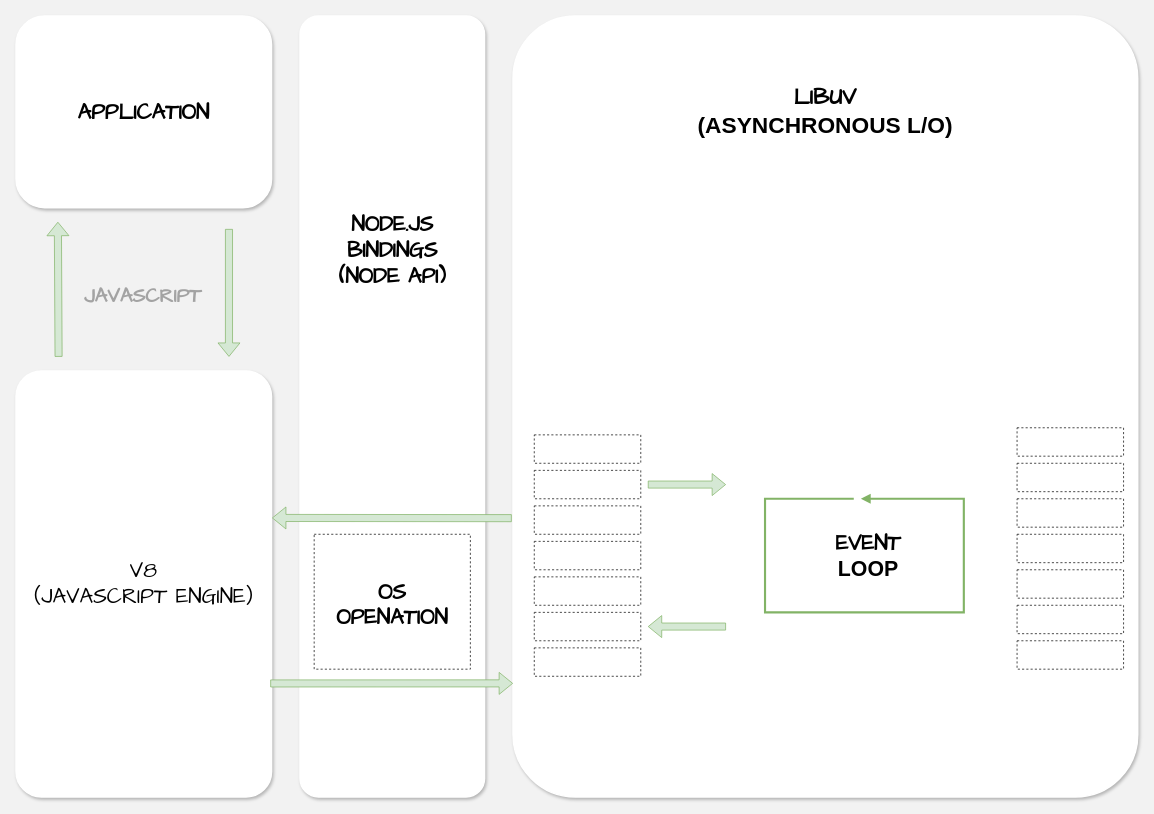
The draw.io diagram Node.js架构.drawio in Yaozongbin0828/UMLetDraw, before the edit. Source tidied: cells renumbered, new cells numbered last; positions are measured from the earlier drawing's top-left corner, leaving out a move shared by most shapes. Both pictures are drawn from the tidied source at 71%, with x=0, y=0 at pixel (16, 16).
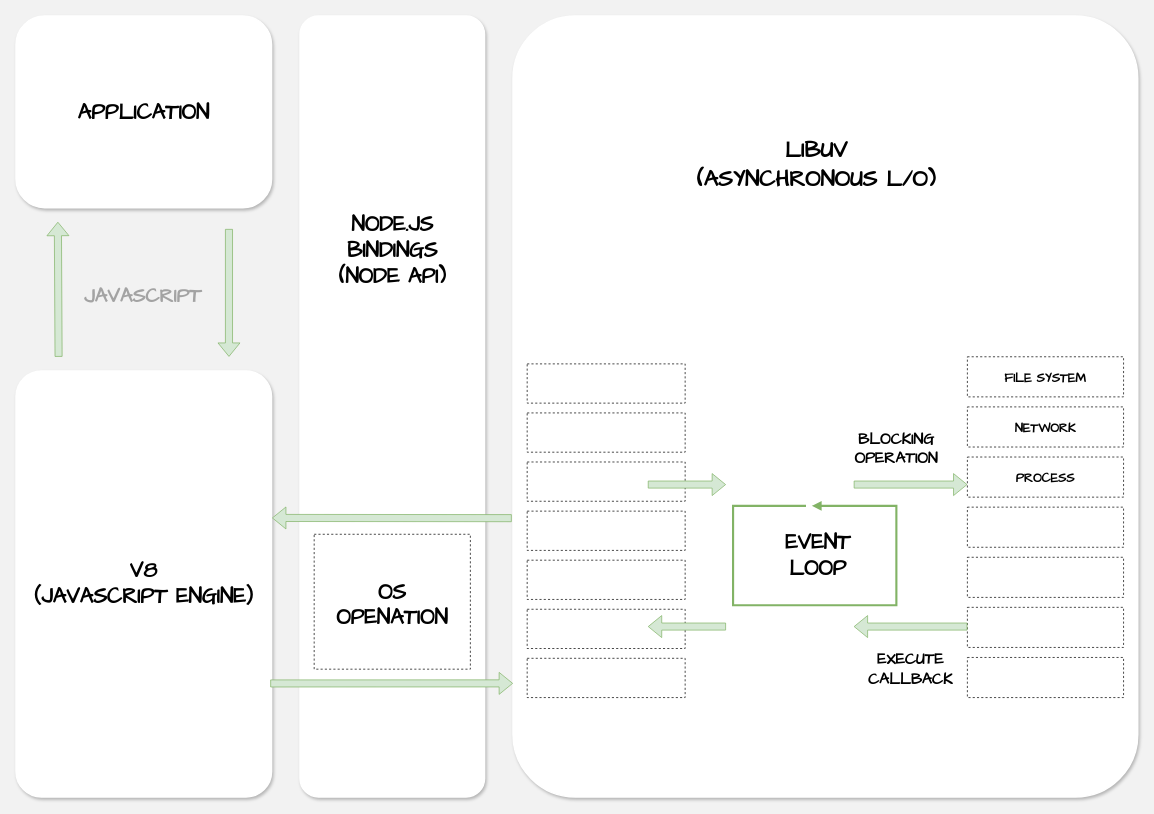
Above is the later version.

Diff of the diagram source:
```diff
@@
-    <mxCell id="4" value="&lt;font face=&quot;Comic Sans MS&quot; style=&quot;font-size: 30px;&quot;&gt;V8&lt;/font&gt;&lt;div style=&quot;font-size: 30px;&quot;&gt;&lt;font face=&quot;Comic Sans MS&quot; style=&quot;font-size: 30px;&quot;&gt;（JAVASCRIPT ENGINE）&lt;/font&gt;&lt;/div&gt;" style="rounded=1;whiteSpace=wrap;html=1;shadow=1;strokeWidth=2;strokeColor=#FFFFFF;arcSize=10;" parent="1" vertex="1">
+    <mxCell id="4" value="&lt;font face=&quot;Comic Sans MS&quot; style=&quot;font-size: 30px;&quot;&gt;&lt;b&gt;V8&lt;/b&gt;&lt;/font&gt;&lt;div style=&quot;font-size: 30px;&quot;&gt;&lt;font face=&quot;Comic Sans MS&quot; style=&quot;font-size: 30px;&quot;&gt;&lt;b&gt;（JAVASCRIPT ENGINE）&lt;/b&gt;&lt;/font&gt;&lt;/div&gt;" style="rounded=1;whiteSpace=wrap;html=1;shadow=1;strokeWidth=2;strokeColor=#FFFFFF;arcSize=10;" parent="1" vertex="1">
       <mxGeometry y="500" width="360" height="600" as="geometry" />
     </mxCell>
@@
     <mxCell id="13" style="group;" parent="1" vertex="1">
-      <mxGeometry x="730" y="590" width="150" height="340" as="geometry" />
+      <mxGeometry x="720" y="490" width="222.5" height="470" as="geometry" />
     </mxCell>
     <mxCell id="14" style="group;" parent="13" vertex="1">
-      <mxGeometry width="150" height="240" as="geometry" />
+      <mxGeometry width="222.5" height="331.8" as="geometry" />
     </mxCell>
     <mxCell id="15" style="fontStyle=1;align=center;verticalAlign=middle;horizontal=1;dashed=1;fontFamily=Comic Sans MS;fontSize=30;" parent="14" vertex="1">
-      <mxGeometry y="200" width="150" height="40" as="geometry" />
+      <mxGeometry y="276.5" width="222.5" height="55.3" as="geometry" />
     </mxCell>
     <mxCell id="16" style="fontStyle=1;align=center;verticalAlign=middle;horizontal=1;dashed=1;fontFamily=Comic Sans MS;fontSize=30;" parent="14" vertex="1">
-      <mxGeometry y="150" width="150" height="40" as="geometry" />
+      <mxGeometry y="207.4" width="222.5" height="55.3" as="geometry" />
     </mxCell>
     <mxCell id="17" style="fontStyle=1;align=center;verticalAlign=middle;horizontal=1;dashed=1;fontFamily=Comic Sans MS;fontSize=30;" parent="14" vertex="1">
-      <mxGeometry y="100" width="150" height="40" as="geometry" />
+      <mxGeometry y="138.2" width="222.5" height="55.3" as="geometry" />
     </mxCell>
     <mxCell id="18" style="fontStyle=1;align=center;verticalAlign=middle;horizontal=1;dashed=1;fontFamily=Comic Sans MS;fontSize=30;" parent="14" vertex="1">
-      <mxGeometry width="150" height="40" as="geometry" />
+      <mxGeometry width="222.5" height="55.3" as="geometry" />
     </mxCell>
     <mxCell id="19" style="fontStyle=1;align=center;verticalAlign=middle;horizontal=1;dashed=1;fontFamily=Comic Sans MS;fontSize=30;" parent="14" vertex="1">
-      <mxGeometry y="50" width="150" height="40" as="geometry" />
+      <mxGeometry y="69.1" width="222.5" height="55.3" as="geometry" />
     </mxCell>
     <mxCell id="20" style="fontStyle=1;align=center;verticalAlign=middle;horizontal=1;dashed=1;fontFamily=Comic Sans MS;fontSize=30;" parent="13" vertex="1">
-      <mxGeometry y="250" width="150" height="40" as="geometry" />
+      <mxGeometry y="345.6" width="222.5" height="55.3" as="geometry" />
     </mxCell>
     <mxCell id="21" style="fontStyle=1;align=center;verticalAlign=middle;horizontal=1;dashed=1;fontFamily=Comic Sans MS;fontSize=30;" parent="13" vertex="1">
-      <mxGeometry y="300" width="150" height="40" as="geometry" />
+      <mxGeometry y="414.7" width="222.5" height="55.3" as="geometry" />
     </mxCell>
     <mxCell id="22" style="group;" parent="1" vertex="1">
-      <mxGeometry x="1410" y="580" width="150" height="340" as="geometry" />
+      <mxGeometry x="1340" y="480" width="220" height="480" as="geometry" />
     </mxCell>
     <mxCell id="23" style="group;" parent="22" vertex="1">
-      <mxGeometry width="150" height="240" as="geometry" />
+      <mxGeometry width="220" height="338.8" as="geometry" />
     </mxCell>
     <mxCell id="24" style="fontStyle=1;align=center;verticalAlign=middle;horizontal=1;dashed=1;fontFamily=Comic Sans MS;fontSize=30;" parent="23" vertex="1">
-      <mxGeometry y="200" width="150" height="40" as="geometry" />
+      <mxGeometry y="282.4" width="220" height="56.5" as="geometry" />
     </mxCell>
     <mxCell id="25" style="fontStyle=1;align=center;verticalAlign=middle;horizontal=1;dashed=1;fontFamily=Comic Sans MS;fontSize=30;" parent="23" vertex="1">
-      <mxGeometry y="150" width="150" height="40" as="geometry" />
+      <mxGeometry y="211.8" width="220" height="56.5" as="geometry" />
     </mxCell>
-    <mxCell id="26" style="fontStyle=1;align=center;verticalAlign=middle;horizontal=1;dashed=1;fontFamily=Comic Sans MS;fontSize=30;" parent="23" vertex="1">
-      <mxGeometry y="100" width="150" height="40" as="geometry" />
+    <mxCell id="26" value="PROCESS" style="fontStyle=1;align=center;verticalAlign=middle;horizontal=1;dashed=1;fontFamily=Comic Sans MS;fontSize=18;" parent="23" vertex="1">
+      <mxGeometry y="141.2" width="220" height="56.5" as="geometry" />
     </mxCell>
-    <mxCell id="27" style="fontStyle=1;align=center;verticalAlign=middle;horizontal=1;dashed=1;fontFamily=Comic Sans MS;fontSize=30;" parent="23" vertex="1">
-      <mxGeometry width="150" height="40" as="geometry" />
+    <mxCell id="27" value="FILE SYSTEM" style="fontStyle=1;align=center;verticalAlign=middle;horizontal=1;dashed=1;fontFamily=Comic Sans MS;fontSize=18;" parent="23" vertex="1">
+      <mxGeometry width="220" height="56.5" as="geometry" />
     </mxCell>
-    <mxCell id="28" style="fontStyle=1;align=center;verticalAlign=middle;horizontal=1;dashed=1;fontFamily=Comic Sans MS;fontSize=30;" parent="23" vertex="1">
-      <mxGeometry y="50" width="150" height="40" as="geometry" />
+    <mxCell id="28" value="NETWORK" style="fontStyle=1;align=center;verticalAlign=middle;horizontal=1;dashed=1;fontFamily=Comic Sans MS;fontSize=18;" parent="23" vertex="1">
+      <mxGeometry y="70.6" width="220" height="56.5" as="geometry" />
     </mxCell>
     <mxCell id="29" style="fontStyle=1;align=center;verticalAlign=middle;horizontal=1;dashed=1;fontFamily=Comic Sans MS;fontSize=30;" parent="22" vertex="1">
-      <mxGeometry y="250" width="150" height="40" as="geometry" />
+      <mxGeometry y="352.9" width="220" height="56.5" as="geometry" />
     </mxCell>
     <mxCell id="30" style="fontStyle=1;align=center;verticalAlign=middle;horizontal=1;dashed=1;fontFamily=Comic Sans MS;fontSize=30;" parent="22" vertex="1">
-      <mxGeometry y="300" width="150" height="40" as="geometry" />
+      <mxGeometry y="423.5" width="220" height="56.5" as="geometry" />
     </mxCell>
@@
-    <mxCell id="33" value="&lt;font face=&quot;Comic Sans MS&quot; style=&quot;font-size: 32px;&quot;&gt;&lt;b style=&quot;&quot;&gt;LIBUV&lt;/b&gt;&lt;/font&gt;&lt;div style=&quot;font-size: 32px;&quot;&gt;&lt;font face=&quot;ewVS7R6IZLx0vih2EcNN&quot; style=&quot;font-size: 32px;&quot;&gt;&lt;b style=&quot;&quot;&gt;(ASYNCHRONOUS L/O)&lt;/b&gt;&lt;/font&gt;&lt;/div&gt;" style="text;html=1;align=center;verticalAlign=middle;whiteSpace=wrap;rounded=0;" parent="1" vertex="1">
-      <mxGeometry x="945" y="60" width="390" height="150" as="geometry" />
+    <mxCell id="33" value="&lt;font face=&quot;Comic Sans MS&quot; style=&quot;font-size: 32px;&quot;&gt;&lt;b&gt;LIBUV&lt;/b&gt;&lt;/font&gt;&lt;div style=&quot;font-size: 32px;&quot;&gt;&lt;font face=&quot;Comic Sans MS&quot; style=&quot;font-size: 32px;&quot;&gt;&lt;b style=&quot;&quot;&gt;(ASYNCHRONOUS L/O)&lt;/b&gt;&lt;/font&gt;&lt;/div&gt;" style="text;html=1;align=center;verticalAlign=middle;whiteSpace=wrap;rounded=0;" parent="1" vertex="1">
+      <mxGeometry x="845" y="10" width="565" height="400" as="geometry" />
     </mxCell>
+    <mxCell id="36" style="group;" parent="1" vertex="1">
+      <mxGeometry x="1010" y="690" width="230" height="140" as="geometry" />
+    </mxCell>
-    <mxCell id="34" style="html=1;align=left;spacingLeft=2;endArrow=block;rounded=0;edgeStyle=orthogonalEdgeStyle;curved=0;rounded=0;strokeWidth=3;fillColor=#d5e8d4;strokeColor=#82b366;" parent="1" edge="1">
+    <mxCell id="34" style="html=1;align=left;spacingLeft=2;endArrow=block;rounded=0;edgeStyle=orthogonalEdgeStyle;curved=0;rounded=0;strokeWidth=3;fillColor=#d5e8d4;strokeColor=#82b366;" parent="36" edge="1">
       <mxGeometry relative="1" as="geometry">
-        <mxPoint x="1180" y="680" as="sourcePoint" />
-        <mxPoint x="1190" y="680" as="targetPoint" />
+        <mxPoint x="102.7" as="sourcePoint" />
+        <mxPoint x="110.9" as="targetPoint" />
         <Array as="points">
-          <mxPoint x="1055" y="680" />
-          <mxPoint x="1055" y="840" />
-          <mxPoint x="1335" y="840" />
-          <mxPoint x="1335" y="680" />
+          <mxPoint />
+          <mxPoint y="140" />
+          <mxPoint x="230" y="140" />
+          <mxPoint x="230" />
         </Array>
       </mxGeometry>
     </mxCell>
-    <mxCell id="35" value="&lt;font face=&quot;Comic Sans MS&quot; style=&quot;font-size: 30px;&quot;&gt;EVENT&lt;/font&gt;&lt;div style=&quot;font-size: 30px;&quot;&gt;&lt;font face=&quot;YlzoEgPcgHeyzff_NdyH&quot; style=&quot;font-size: 30px;&quot;&gt;LOOP&lt;/font&gt;&lt;/div&gt;" style="text;align=center;fontStyle=1;verticalAlign=middle;spacingLeft=3;spacingRight=3;strokeColor=none;html=1;" parent="1" vertex="1">
-      <mxGeometry x="1160" y="747" width="80" height="26" as="geometry" />
+    <mxCell id="35" value="&lt;font face=&quot;Comic Sans MS&quot; style=&quot;font-size: 30px;&quot;&gt;EVENT&lt;/font&gt;&lt;div style=&quot;font-size: 30px;&quot;&gt;&lt;font face=&quot;Comic Sans MS&quot; style=&quot;font-size: 30px;&quot;&gt;LOOP&lt;/font&gt;&lt;/div&gt;" style="text;align=center;fontStyle=1;verticalAlign=middle;spacingLeft=3;spacingRight=3;strokeColor=none;html=1;" parent="36" vertex="1">
+      <mxGeometry x="86.2" y="58.6" width="65.7" height="22.8" as="geometry" />
     </mxCell>
+    <mxCell id="37" style="shape=flexArrow;endArrow=classic;html=1;rounded=0;fillColor=#d5e8d4;strokeColor=#82b366;exitX=-0.002;exitY=0.643;exitDx=0;exitDy=0;exitPerimeter=0;" parent="1" edge="1">
+      <mxGeometry relative="1" as="geometry">
+        <mxPoint x="1180" y="660" as="sourcePoint" />
+        <mxPoint x="1340" y="660" as="targetPoint" />
+      </mxGeometry>
+    </mxCell>
+    <mxCell id="38" style="shape=flexArrow;endArrow=classic;html=1;rounded=0;fillColor=#d5e8d4;strokeColor=#82b366;exitX=-0.002;exitY=0.643;exitDx=0;exitDy=0;exitPerimeter=0;" parent="1" edge="1">
+      <mxGeometry relative="1" as="geometry">
+        <mxPoint x="1340" y="860" as="sourcePoint" />
+        <mxPoint x="1180" y="860" as="targetPoint" />
+      </mxGeometry>
+    </mxCell>
+    <mxCell id="39" value="&lt;font style=&quot;font-size: 22px;&quot; face=&quot;Comic Sans MS&quot;&gt;&lt;b style=&quot;&quot;&gt;BLOCKING&lt;/b&gt;&lt;/font&gt;&lt;div style=&quot;font-size: 22px;&quot;&gt;&lt;font face=&quot;Comic Sans MS&quot; style=&quot;font-size: 22px;&quot;&gt;&lt;b style=&quot;&quot;&gt;OPERATION&lt;/b&gt;&lt;/font&gt;&lt;/div&gt;" style="text;html=1;align=center;verticalAlign=middle;whiteSpace=wrap;rounded=0;" parent="1" vertex="1">
+      <mxGeometry x="1180" y="580" width="120" height="60" as="geometry" />
+    </mxCell>
+    <mxCell id="40" value="&lt;span style=&quot;font-size: 22px;&quot;&gt;&lt;font face=&quot;Comic Sans MS&quot; style=&quot;font-size: 22px;&quot;&gt;&lt;b&gt;EXECUTE&lt;/b&gt;&lt;/font&gt;&lt;/span&gt;&lt;div style=&quot;font-size: 22px;&quot;&gt;&lt;font face=&quot;Comic Sans MS&quot; style=&quot;font-size: 22px;&quot;&gt;&lt;b style=&quot;&quot;&gt;CALLBACK&lt;/b&gt;&lt;/font&gt;&lt;/div&gt;" style="text;html=1;align=center;verticalAlign=middle;whiteSpace=wrap;rounded=0;" parent="1" vertex="1">
+      <mxGeometry x="1210" y="890" width="100" height="60" as="geometry" />
+    </mxCell>
```
